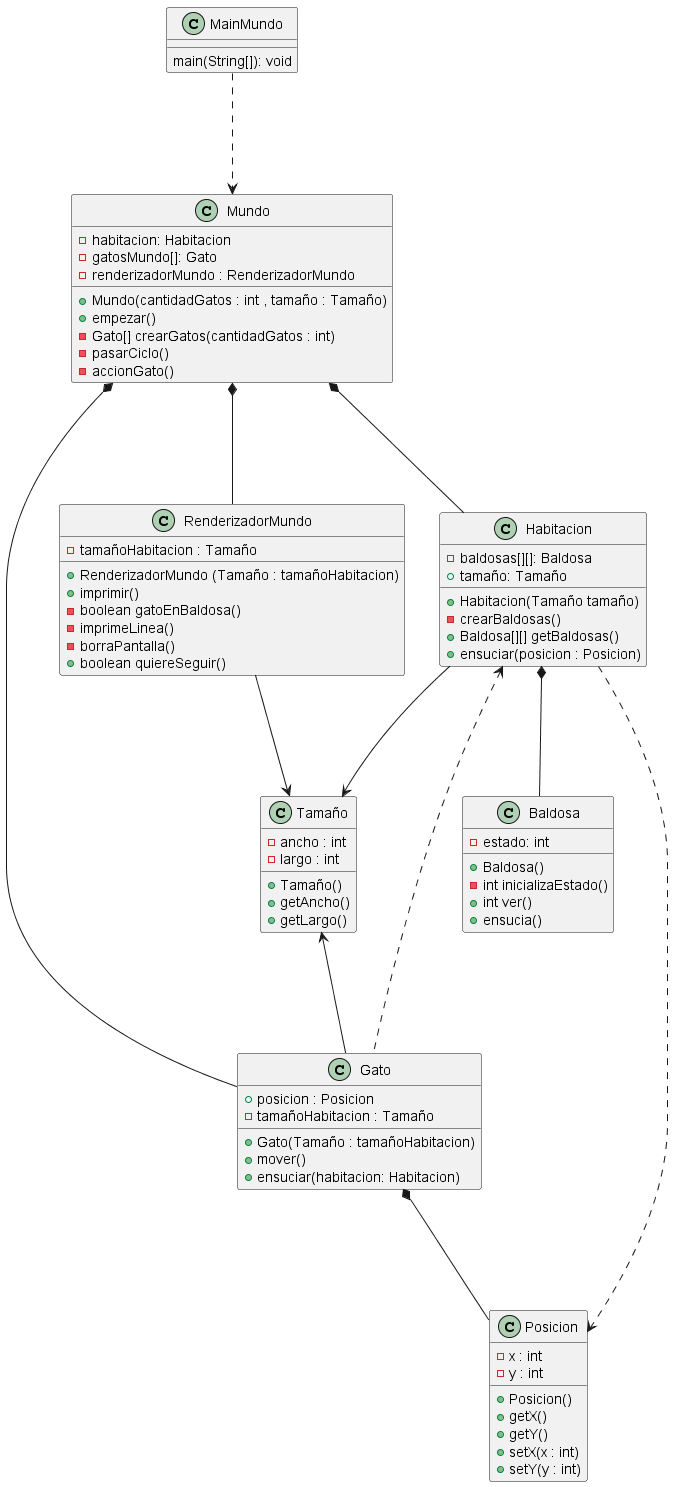
This is mDominio/diagramaClases.png from mmasias/theWorld, a PlantUML export, as it was before one commit. The source it was exported from:
```plantuml
@startuml diagramaClases

class Mundo{

    - habitacion: Habitacion
    - gatosMundo[]: Gato
    - renderizadorMundo : RenderizadorMundo
    + Mundo(cantidadGatos : int , tamaño : Tamaño)
    + empezar()
    -Gato[] crearGatos(cantidadGatos : int)
    -pasarCiclo()
    -accionGato()
}

class Habitacion{

    - baldosas[][]: Baldosa
    + tamaño: Tamaño
    + Habitacion(Tamaño tamaño)
    - crearBaldosas()
    + Baldosa[][] getBaldosas()
    + ensuciar(posicion : Posicion)
}

class Gato{

    + posicion : Posicion
    - tamañoHabitacion : Tamaño
    + Gato(Tamaño : tamañoHabitacion)
    + mover()
    + ensuciar(habitacion: Habitacion)

}

class Baldosa{

    - estado: int
    + Baldosa()
    - int inicializaEstado()
    + int ver()
    + ensucia()

}

class Tamaño{
    -ancho : int
    -largo : int
    +Tamaño()
    +getAncho()
    +getLargo()
}

class Posicion{
    - x : int
    - y : int
    +Posicion()
    +getX()
    +getY()
    +setX(x : int)
    +setY(y : int)
}

class RenderizadorMundo{

    - tamañoHabitacion : Tamaño
    + RenderizadorMundo (Tamaño : tamañoHabitacion)
    + imprimir()
    -boolean gatoEnBaldosa()
    -imprimeLinea()
    -borraPantalla()
    +boolean quiereSeguir()
}

class MainMundo{

    main(String[]): void
}


MainMundo ...> Mundo

Mundo *--- Habitacion
Mundo *--- Gato
Mundo *--- RenderizadorMundo

Habitacion *--- Baldosa
Habitacion <... Gato
Habitacion ---> Tamaño
Habitacion ...> Posicion


Tamaño <--- Gato
Gato *--- Posicion

RenderizadorMundo ---> Tamaño


@enduml
```
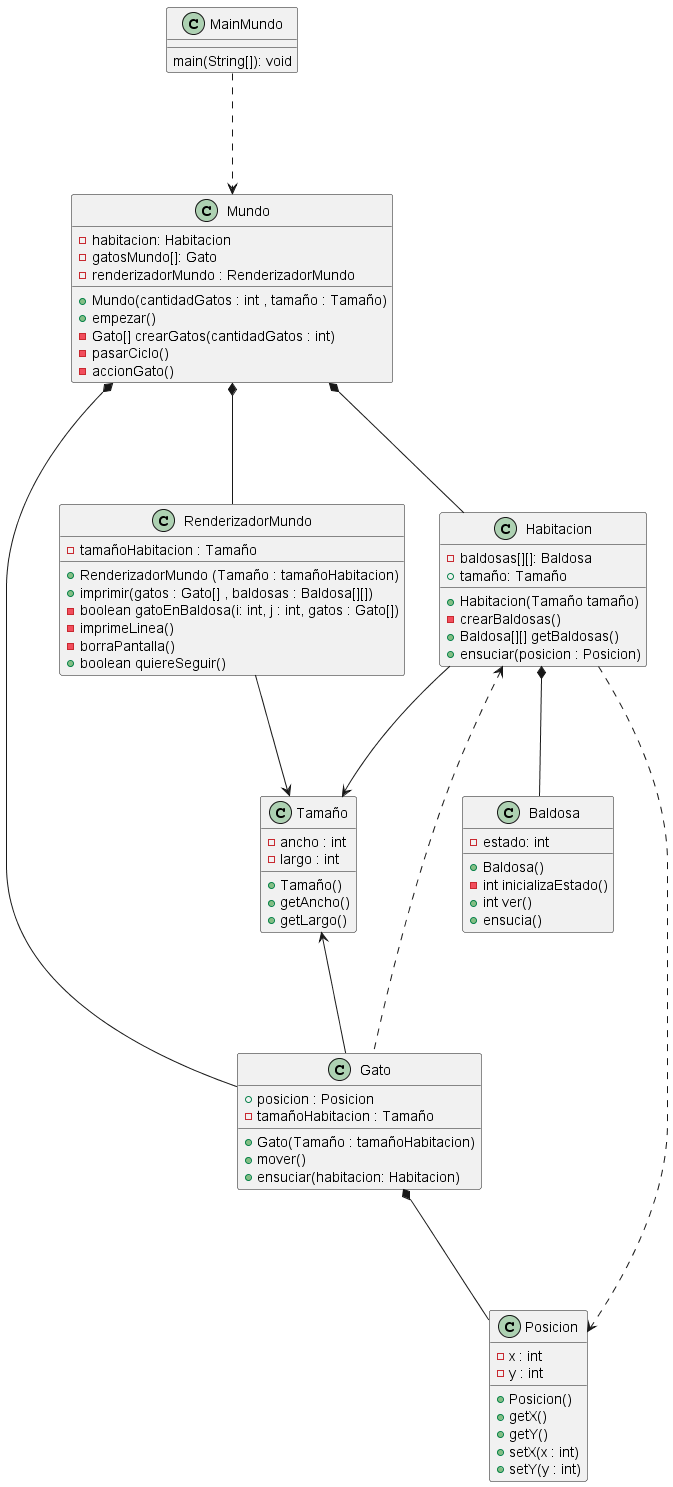
The same file after the commit.

Commit message:
Actualización diagrama clases

The edit, as a diff of the source:
```diff
@@ -64,8 +64,8 @@
 
     - tamañoHabitacion : Tamaño
     + RenderizadorMundo (Tamaño : tamañoHabitacion)
-    + imprimir()
-    -boolean gatoEnBaldosa()
+    + imprimir(gatos : Gato[] , baldosas : Baldosa[][])
+    -boolean gatoEnBaldosa(i: int, j : int, gatos : Gato[])
     -imprimeLinea()
     -borraPantalla()
     +boolean quiereSeguir()
```
